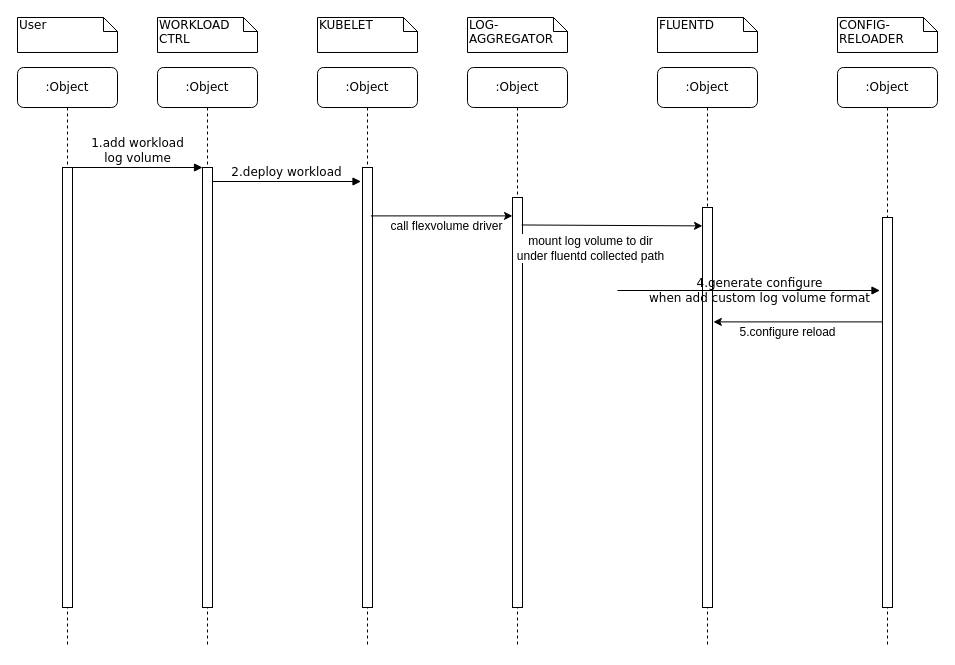
The draw.io diagram file logs inside container backend workload Diagram.drawio in aiwantaozi/draw, before the edit. Source tidied: cells renumbered, new cells numbered last; positions are measured from the earlier drawing's top-left corner, leaving out a move shared by most shapes. Both pictures are drawn from the tidied source at 100%, with x=0, y=0 at pixel (17, 17).
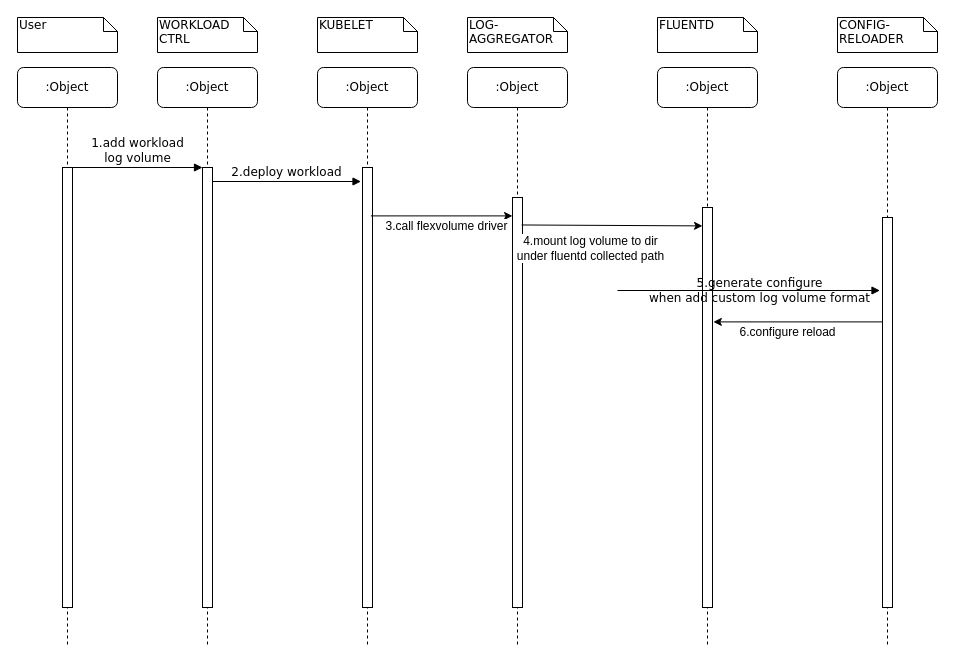
After the change.

Unchanged cells that the change refers to:
```xml
<mxCell id="9" style="html=1;points=[];perimeter=orthogonalPerimeter;rounded=0;shadow=0;comic=0;labelBackgroundColor=none;strokeWidth=1;fontFamily=Verdana;fontSize=12;align=center;" parent="1" vertex="1">
  <mxGeometry x="865" y="200" width="10" height="390" as="geometry" />
</mxCell>
<mxCell id="16" style="endArrow=classic;html=1;entryX=1.083;entryY=0.286;entryDx=0;entryDy=0;entryPerimeter=0;" parent="1" edge="1" source="9" target="8">
  <mxGeometry relative="1" as="geometry" />
</mxCell>
<mxCell id="24" style="endArrow=classic;html=1;exitX=0.833;exitY=0.11;exitDx=0;exitDy=0;exitPerimeter=0;" parent="1" edge="1" source="22" target="19">
  <mxGeometry relative="1" as="geometry" />
</mxCell>
<mxCell id="26" style="endArrow=classic;html=1;entryX=0;entryY=0.046;entryDx=0;entryDy=0;entryPerimeter=0;exitX=0.917;exitY=0.067;exitDx=0;exitDy=0;exitPerimeter=0;" parent="1" edge="1" source="19" target="8">
  <mxGeometry relative="1" as="geometry" />
</mxCell>
```

The edit, as a diff of the source:
```diff
@@
-    <mxCell id="17" value="5.configure reload" style="text;html=1;align=center;verticalAlign=middle;labelBackgroundColor=#ffffff;" parent="16" vertex="1">
+    <mxCell id="17" value="6.configure reload" style="text;html=1;align=center;verticalAlign=middle;labelBackgroundColor=#ffffff;" parent="16" vertex="1">
       <mxGeometry x="0.54" y="1" relative="1" as="geometry">
         <mxPoint x="34" y="9" as="offset" />
       </mxGeometry>
     </mxCell>
@@
-    <mxCell id="25" value="call flexvolume driver" style="text;html=1;align=center;verticalAlign=middle;labelBackgroundColor=#ffffff;" parent="24" vertex="1">
+    <mxCell id="25" value="3.call flexvolume driver" style="text;html=1;align=center;verticalAlign=middle;labelBackgroundColor=#ffffff;" parent="24" vertex="1">
       <mxGeometry x="0.39" y="-1" relative="1" as="geometry">
         <mxPoint x="-23.3" y="8.8" as="offset" />
       </mxGeometry>
     </mxCell>
@@
-    <mxCell id="27" value="mount log volume to dir&lt;br&gt;under fluentd collected path" style="text;html=1;align=center;verticalAlign=middle;labelBackgroundColor=#ffffff;" parent="26" vertex="1">
+    <mxCell id="27" value="4.mount log volume to dir&lt;br&gt;under fluentd collected path" style="text;html=1;align=center;verticalAlign=middle;labelBackgroundColor=#ffffff;" parent="26" vertex="1">
       <mxGeometry x="0.39" y="-1" relative="1" as="geometry">
         <mxPoint x="-57.5" y="20.9" as="offset" />
       </mxGeometry>
     </mxCell>
-    <mxCell id="28" value="4.generate configure&lt;br&gt;when add custom log volume format" style="html=1;verticalAlign=bottom;endArrow=block;labelBackgroundColor=none;fontFamily=Verdana;fontSize=12;edgeStyle=elbowEdgeStyle;elbow=vertical;entryX=-0.25;entryY=0.187;entryDx=0;entryDy=0;entryPerimeter=0;" parent="1" edge="1" target="9">
+    <mxCell id="28" value="5.generate configure&lt;br&gt;when add custom log volume format" style="html=1;verticalAlign=bottom;endArrow=block;labelBackgroundColor=none;fontFamily=Verdana;fontSize=12;edgeStyle=elbowEdgeStyle;elbow=vertical;entryX=-0.25;entryY=0.187;entryDx=0;entryDy=0;entryPerimeter=0;" parent="1" edge="1" target="9">
       <mxGeometry x="0.08" y="-17" relative="1" as="geometry">
         <mxPoint x="600" y="273" as="sourcePoint" />
         <Array as="points">
           <mxPoint x="500" y="273" />
           <mxPoint x="300" y="230" />
         </Array>
       </mxGeometry>
     </mxCell>
```
